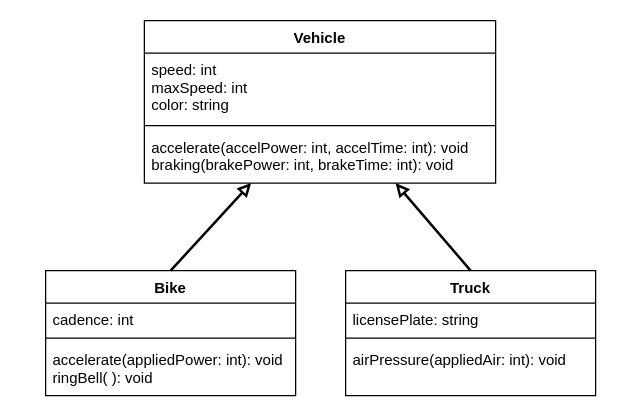
Before: drawio/classDiagram.drawio in Aidan-Lalonde-Novales/ics4u-unit2-09-typescript, a draw.io diagram. Source tidied: cells renumbered, new cells numbered last; positions are measured from the earlier drawing's top-left corner, leaving out a move shared by most shapes. Both pictures are drawn from the tidied source at 125%, with x=0, y=0 at pixel (45, 20).
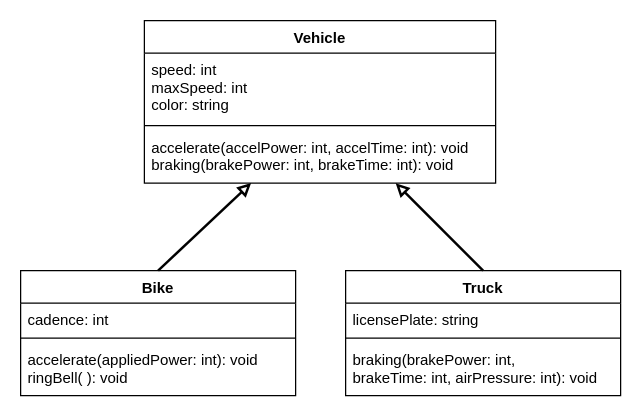
The same page after the edit.

What changed in the source:
```diff
@@
 <mxGraphModel>
   <root>
     <mxCell id="0" />
     <mxCell id="1" parent="0" />
     <mxCell id="2" value="Vehicle" style="swimlane;fontStyle=1;align=center;verticalAlign=top;horizontal=1;startSize=26;" parent="1" vertex="1">
       <mxGeometry x="79" width="281" height="130" as="geometry" />
     </mxCell>
     <mxCell id="3" value="speed: int&#10;maxSpeed: int&#10;color: string" style="text;strokeColor=none;fillColor=none;align=left;verticalAlign=top;spacingLeft=4;spacingRight=4;overflow=hidden;" parent="2" vertex="1">
       <mxGeometry y="26" width="281" height="54" as="geometry" />
     </mxCell>
     <mxCell id="4" style="line;strokeWidth=1;fillColor=none;align=left;verticalAlign=middle;spacingTop=-1;spacingLeft=3;spacingRight=3;labelPosition=right;" parent="2" vertex="1">
       <mxGeometry y="80" width="281" height="8" as="geometry" />
     </mxCell>
     <mxCell id="5" value="accelerate(accelPower: int, accelTime: int): void&#10;braking(brakePower: int, brakeTime: int): void" style="text;strokeColor=none;fillColor=none;align=left;verticalAlign=top;spacingLeft=4;spacingRight=4;overflow=hidden;points=[[0,0.5],[1,0.5]];portConstraint=eastwest;" parent="2" vertex="1">
       <mxGeometry y="88" width="281" height="42" as="geometry" />
     </mxCell>
     <mxCell id="6" value="Bike" style="swimlane;fontStyle=1;align=center;verticalAlign=top;horizontal=1;startSize=26;" parent="1" vertex="1">
-      <mxGeometry y="200" width="200" height="100" as="geometry" />
+      <mxGeometry x="-20" y="200" width="220" height="100" as="geometry" />
     </mxCell>
     <mxCell id="7" value="cadence: int" style="text;strokeColor=none;fillColor=none;align=left;verticalAlign=top;spacingLeft=4;spacingRight=4;overflow=hidden;" parent="6" vertex="1">
-      <mxGeometry y="26" width="200" height="24" as="geometry" />
+      <mxGeometry y="26" width="220" height="24" as="geometry" />
     </mxCell>
     <mxCell id="8" style="line;strokeWidth=1;fillColor=none;align=left;verticalAlign=middle;spacingTop=-1;spacingLeft=3;spacingRight=3;labelPosition=right;" parent="6" vertex="1">
-      <mxGeometry y="50" width="200" height="8" as="geometry" />
+      <mxGeometry y="50" width="220" height="8" as="geometry" />
     </mxCell>
     <mxCell id="9" value="accelerate(appliedPower: int): void&#10;ringBell( ): void" style="text;strokeColor=none;fillColor=none;align=left;verticalAlign=top;spacingLeft=4;spacingRight=4;overflow=hidden;" parent="6" vertex="1">
-      <mxGeometry y="58" width="200" height="42" as="geometry" />
+      <mxGeometry y="58" width="220" height="42" as="geometry" />
     </mxCell>
     <mxCell id="10" value="Truck" style="swimlane;fontStyle=1;align=center;verticalAlign=top;horizontal=1;startSize=26;" parent="1" vertex="1">
-      <mxGeometry x="240" y="200" width="200" height="100" as="geometry" />
+      <mxGeometry x="240" y="200" width="220" height="100" as="geometry" />
     </mxCell>
     <mxCell id="11" value="licensePlate: string" style="text;strokeColor=none;fillColor=none;align=left;verticalAlign=top;spacingLeft=4;spacingRight=4;overflow=hidden;" parent="10" vertex="1">
-      <mxGeometry y="26" width="200" height="24" as="geometry" />
+      <mxGeometry y="26" width="220" height="24" as="geometry" />
     </mxCell>
     <mxCell id="12" style="line;strokeWidth=1;fillColor=none;align=left;verticalAlign=middle;spacingTop=-1;spacingLeft=3;spacingRight=3;labelPosition=right;" parent="10" vertex="1">
-      <mxGeometry y="50" width="200" height="8" as="geometry" />
+      <mxGeometry y="50" width="220" height="8" as="geometry" />
     </mxCell>
-    <mxCell id="13" value="airPressure(appliedAir: int): void" style="text;strokeColor=none;fillColor=none;align=left;verticalAlign=top;spacingLeft=4;spacingRight=4;overflow=hidden;" parent="10" vertex="1">
-      <mxGeometry y="58" width="200" height="42" as="geometry" />
+    <mxCell id="13" value="braking(brakePower: int, &#10;brakeTime: int, airPressure: int): void" style="text;strokeColor=none;fillColor=none;align=left;verticalAlign=top;spacingLeft=4;spacingRight=4;overflow=hidden;" parent="10" vertex="1">
+      <mxGeometry y="58" width="220" height="42" as="geometry" />
     </mxCell>
     <mxCell id="14" style="edgeStyle=none;html=1;exitX=0.5;exitY=0;exitDx=0;exitDy=0;strokeWidth=2;endArrow=block;endFill=0;entryX=0.304;entryY=0.998;entryDx=0;entryDy=0;entryPerimeter=0;" parent="1" edge="1" source="6" target="5">
       <mxGeometry relative="1" as="geometry" />
     </mxCell>
     <mxCell id="15" style="edgeStyle=none;html=1;exitX=0.5;exitY=0;exitDx=0;exitDy=0;strokeWidth=2;endArrow=block;endFill=0;" parent="1" edge="1" source="10">
       <mxGeometry relative="1" as="geometry">
         <mxPoint x="280" y="130" as="targetPoint" />
       </mxGeometry>
     </mxCell>
   </root>
 </mxGraphModel>
```
